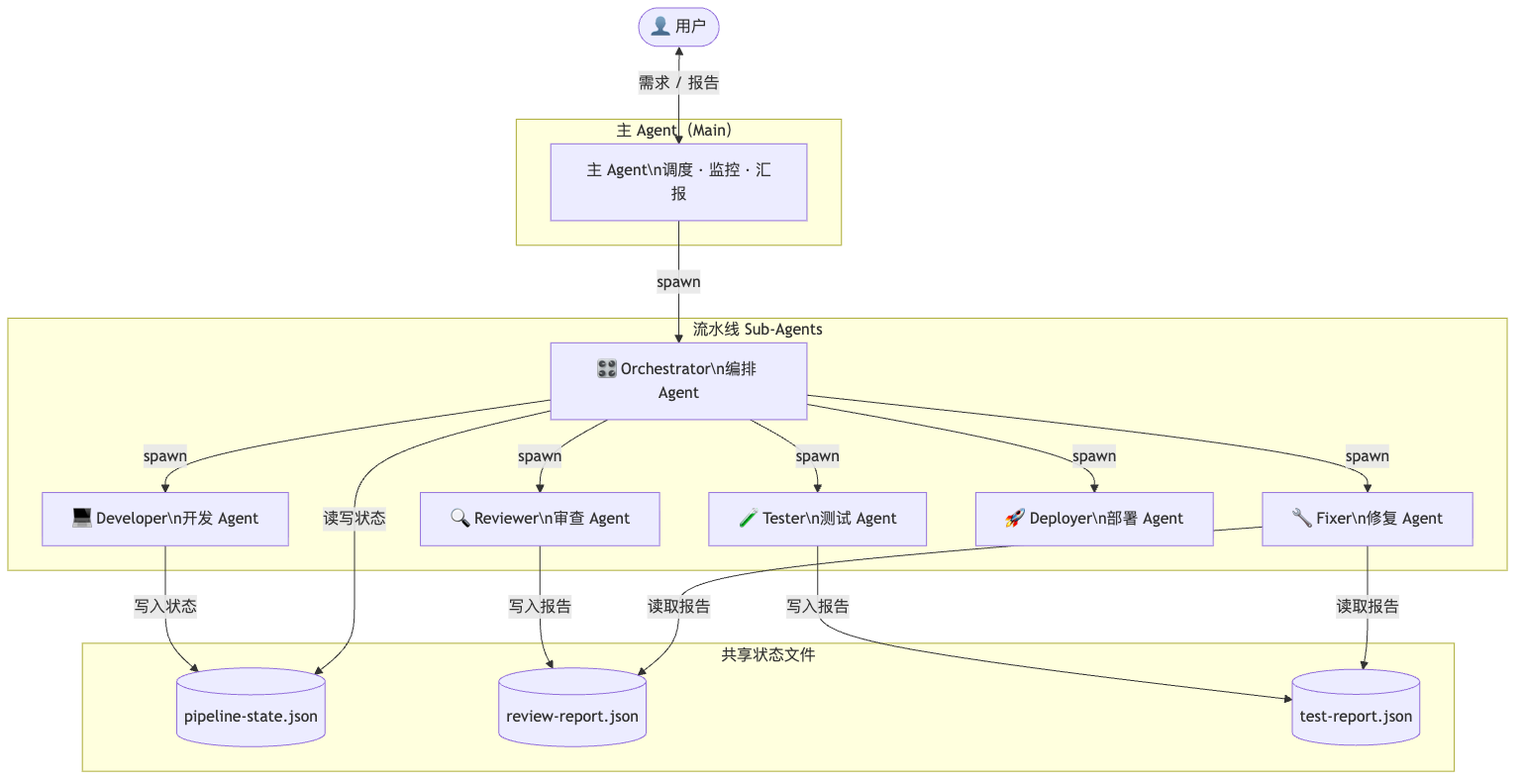
The Mermaid diagram diagrams/02-agent-roles.png in liaozy0127/multi-agent-methodology, before a commit. Its source is kept beside it as diagrams/02-agent-roles.mmd.
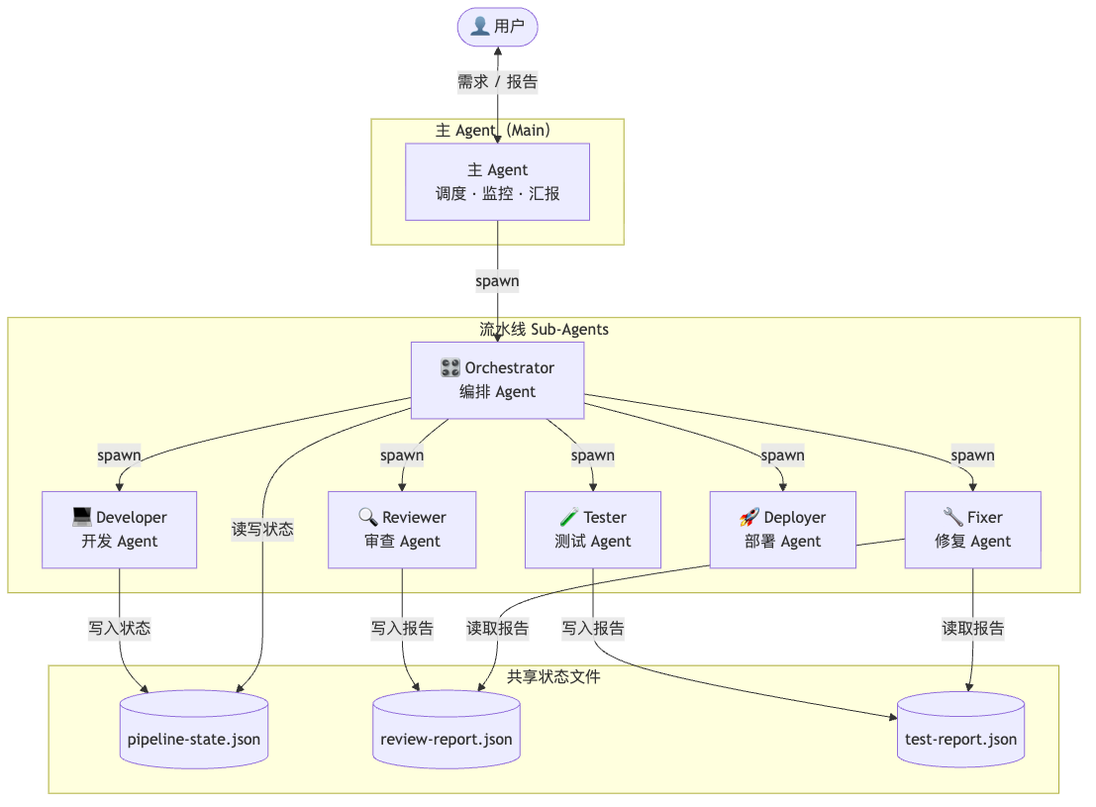
Above is the later version.

What changed in the source:
```diff
@@ -2,16 +2,16 @@
     U([👤 用户]) <-->|需求 / 报告| MA
 
     subgraph MAIN ["主 Agent（Main）"]
-        MA[主 Agent\n调度 · 监控 · 汇报]
+        MA[主 Agent<br>调度 · 监控 · 汇报]
     end
 
     subgraph PIPELINE ["流水线 Sub-Agents"]
-        OA[🎛️ Orchestrator\n编排 Agent]
-        DA[💻 Developer\n开发 Agent]
-        RA[🔍 Reviewer\n审查 Agent]
-        TA[🧪 Tester\n测试 Agent]
-        FA[🔧 Fixer\n修复 Agent]
-        DPA[🚀 Deployer\n部署 Agent]
+        OA[🎛️ Orchestrator<br>编排 Agent]
+        DA[💻 Developer<br>开发 Agent]
+        RA[🔍 Reviewer<br>审查 Agent]
+        TA[🧪 Tester<br>测试 Agent]
+        FA[🔧 Fixer<br>修复 Agent]
+        DPA[🚀 Deployer<br>部署 Agent]
     end
 
     subgraph FILES ["共享状态文件"]
```
